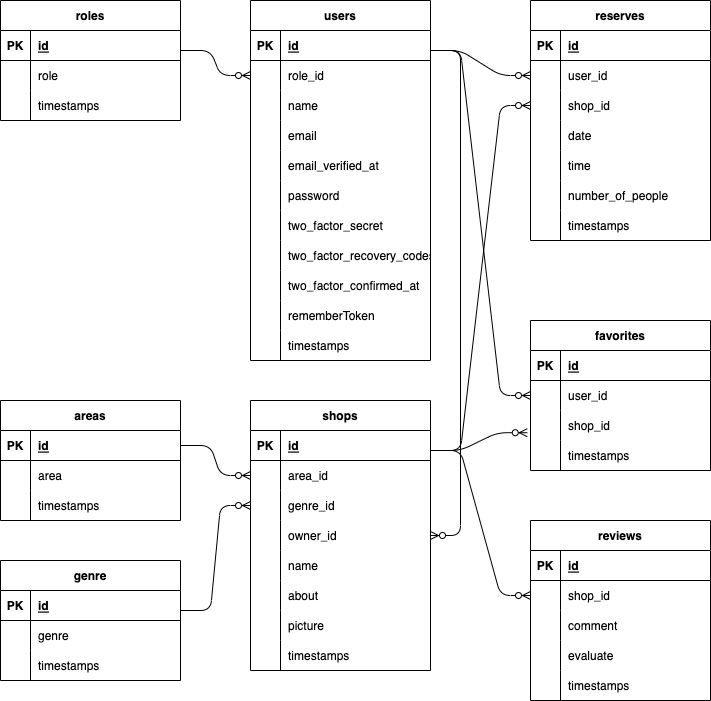
EpilonPhoenix/Rese keeps this draw.io diagram as Req/ER2.drawio.png. Above is the earlier version. Source tidied: cells renumbered, new cells last; positions are measured from the earlier drawing's top-left corner, leaving out a move shared by most shapes.
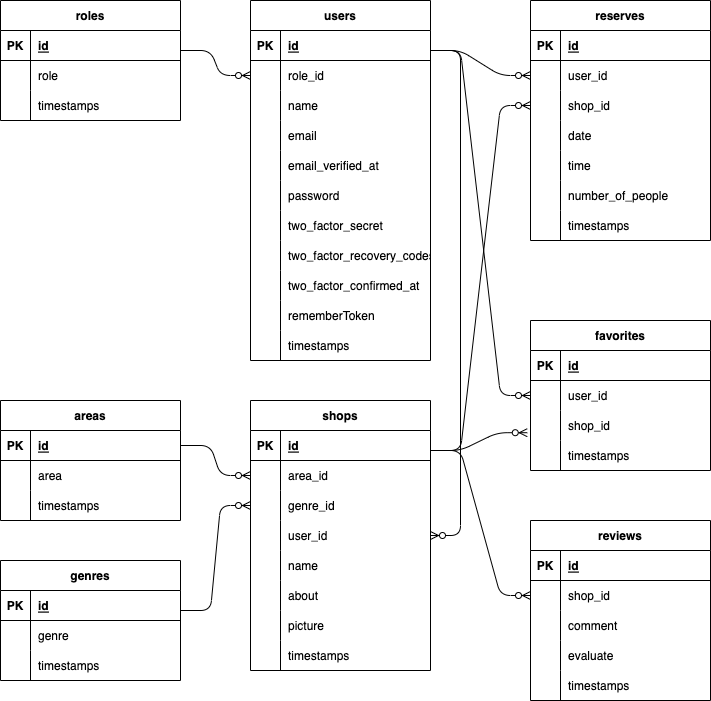
Later version of the same file.

What changed in the source:
```diff
@@ -140,7 +140,7 @@
     <mxCell id="47" style="shape=partialRectangle;fillColor=none;top=0;left=0;bottom=0;right=0;overflow=hidden;" parent="46" vertex="1">
       <mxGeometry width="30" height="30" as="geometry" />
     </mxCell>
-    <mxCell id="48" value="owner_id" style="shape=partialRectangle;fillColor=none;top=0;left=0;bottom=0;right=0;align=left;spacingLeft=6;overflow=hidden;" parent="46" vertex="1">
+    <mxCell id="48" value="user_id" style="shape=partialRectangle;fillColor=none;top=0;left=0;bottom=0;right=0;align=left;spacingLeft=6;overflow=hidden;" parent="46" vertex="1">
       <mxGeometry x="30" width="150" height="30" as="geometry" />
     </mxCell>
     <mxCell id="49" style="shape=tableRow;horizontal=0;startSize=0;swimlaneHead=0;swimlaneBody=0;fillColor=none;top=0;left=0;right=0;bottom=0;" parent="36" vertex="1">
@@ -339,7 +339,7 @@
         <mxPoint x="180" y="445" as="sourcePoint" />
       </mxGeometry>
     </mxCell>
-    <mxCell id="111" value="genre" style="shape=table;startSize=30;rowLines=0;fontStyle=1;align=center;" parent="1" vertex="1">
+    <mxCell id="111" value="genres" style="shape=table;startSize=30;rowLines=0;fontStyle=1;align=center;" parent="1" vertex="1">
       <mxGeometry y="560" width="180" height="120" as="geometry" />
     </mxCell>
     <mxCell id="112" style="shape=tableRow;horizontal=0;startSize=0;swimlaneHead=0;swimlaneBody=0;fillColor=none;top=0;left=0;right=0;bottom=1;" parent="111" vertex="1">
```
